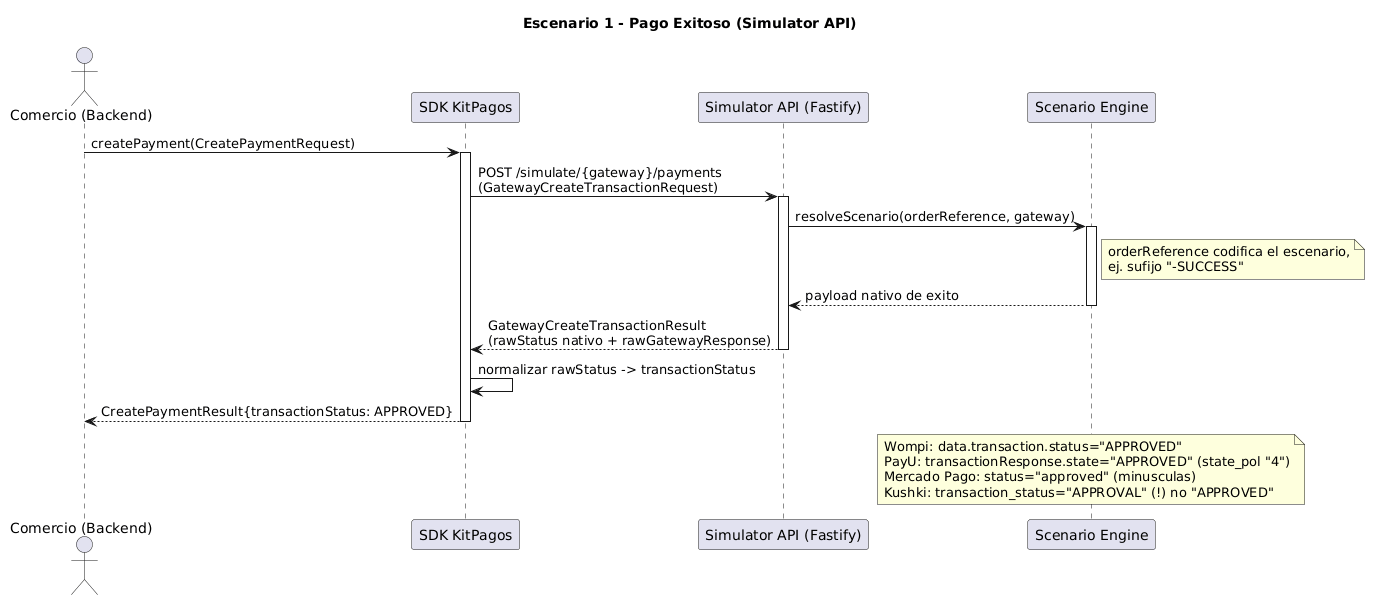
This is docs/architecture/Simulador API/Sequence Diagram - Successful Payment.png from PurosBrothers/Kit-Pagos-Colombia---Tesis, a PlantUML export, as it was before one commit.
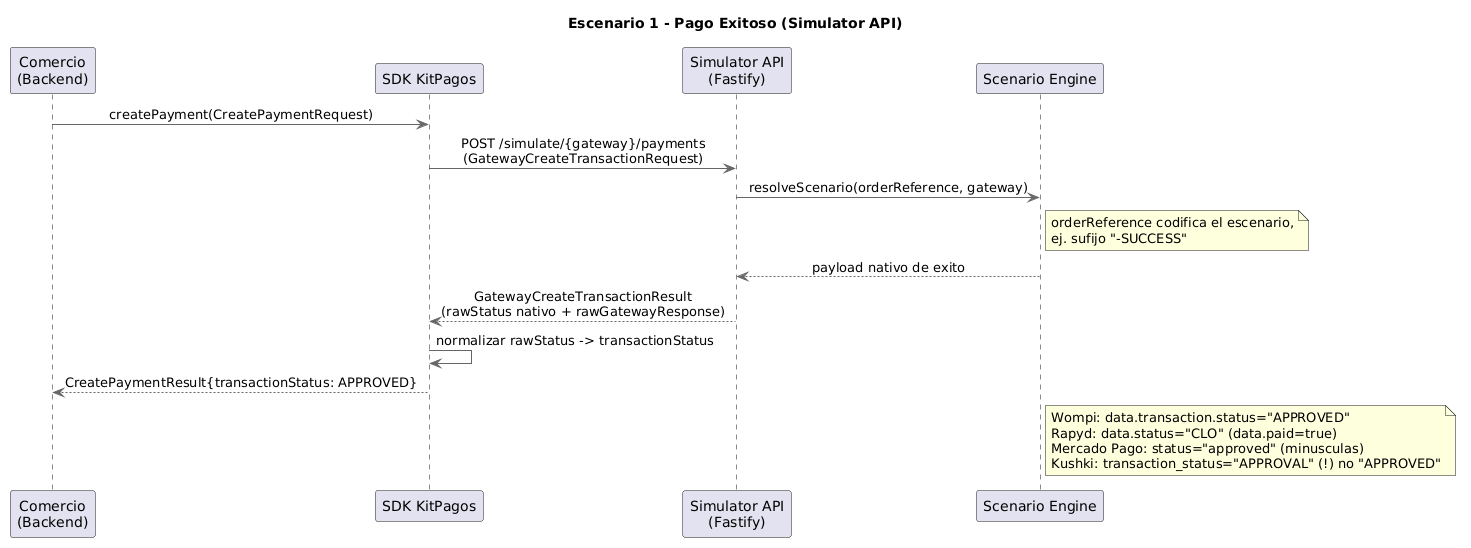
The same file after the commit.

What changed in the source:
```diff
@@ -1,36 +1,30 @@
 @startuml
 title Escenario 1 - Pago Exitoso (Simulator API)
+skinparam backgroundColor white
+skinparam sequenceMessageAlign center
+skinparam ArrowColor #666666
+skinparam LifeLineBorderColor #666666
 
-actor "Comercio (Backend)" as C
+participant "Comercio\n(Backend)" as Comercio
 participant "SDK KitPagos" as SDK
-participant "Simulator API (Fastify)" as API
-participant "Scenario Engine" as SE
+participant "Simulator API\n(Fastify)" as SimAPI
+participant "Scenario Engine" as Engine
 
-C -> SDK : createPayment(CreatePaymentRequest)
-activate SDK
-
-SDK -> API : POST /simulate/{gateway}/payments\n(GatewayCreateTransactionRequest)
-activate API
-
-API -> SE : resolveScenario(orderReference, gateway)
-activate SE
-note right of SE
+Comercio -> SDK : createPayment(CreatePaymentRequest)
+SDK -> SimAPI : POST /simulate/{gateway}/payments\n(GatewayCreateTransactionRequest)
+SimAPI -> Engine : resolveScenario(orderReference, gateway)
+note right of Engine
   orderReference codifica el escenario,
   ej. sufijo "-SUCCESS"
 end note
-SE --> API : payload nativo de exito
-deactivate SE
+Engine --> SimAPI : payload nativo de exito
+SimAPI --> SDK : GatewayCreateTransactionResult\n(rawStatus nativo + rawGatewayResponse)
+SDK -> SDK : normalizar rawStatus -> transactionStatus
+SDK --> Comercio : CreatePaymentResult{transactionStatus: APPROVED}
 
-API --> SDK : GatewayCreateTransactionResult\n(rawStatus nativo + rawGatewayResponse)
-deactivate API
-
-SDK -> SDK : normalizar rawStatus -> transactionStatus
-SDK --> C : CreatePaymentResult{transactionStatus: APPROVED}
-deactivate SDK
-
-note over SE
+note right of Engine
   Wompi: data.transaction.status="APPROVED"
-  PayU: transactionResponse.state="APPROVED" (state_pol "4")
+  Rapyd: data.status="CLO" (data.paid=true)
   Mercado Pago: status="approved" (minusculas)
   Kushki: transaction_status="APPROVAL" (!) no "APPROVED"
 end note
```
